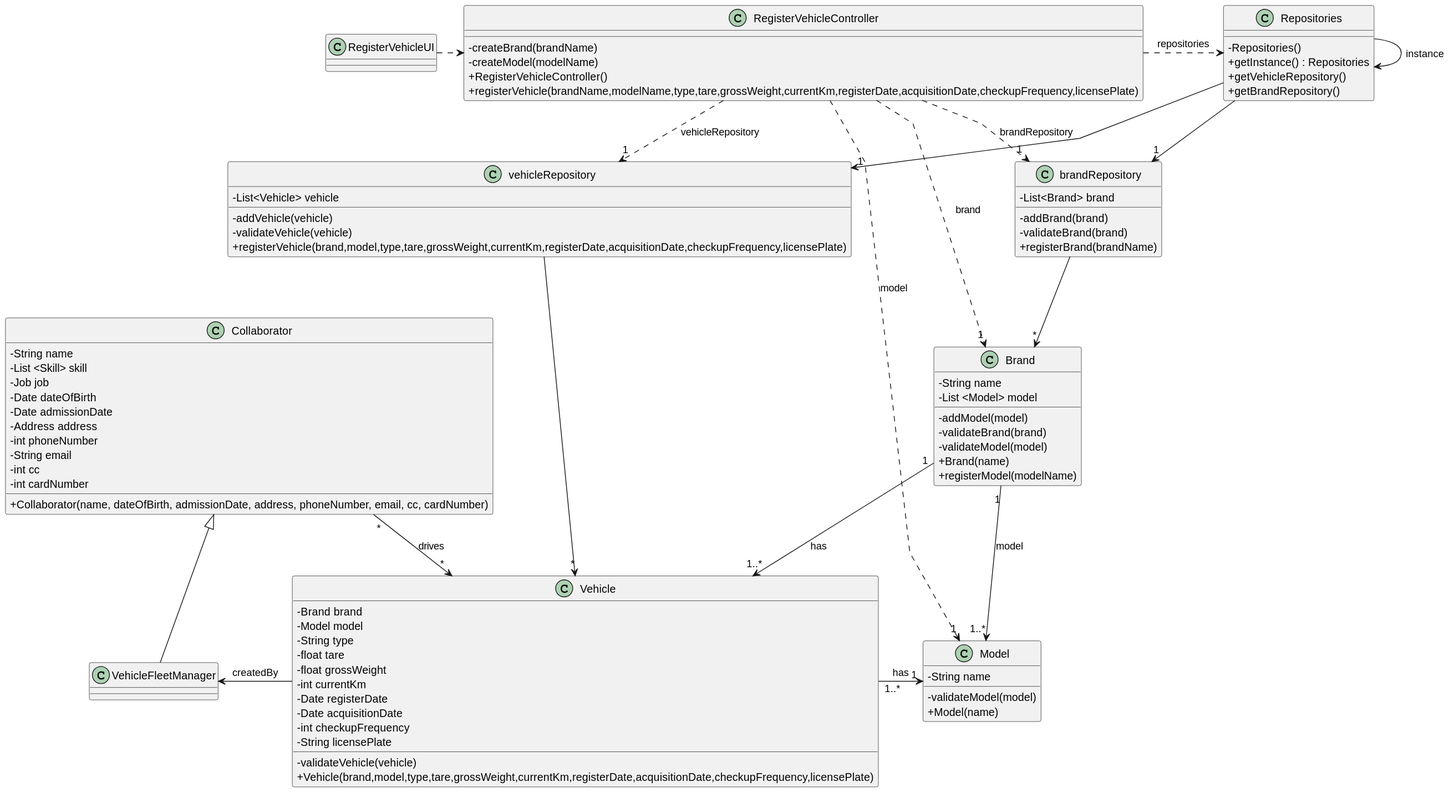
The PlantUML diagram docs/sprint2/us06/03.design/svg/us06-class-diagram.svg in Departamento-de-Engenharia-Informatica/lei-24-s2-1db-g022, before a commit.
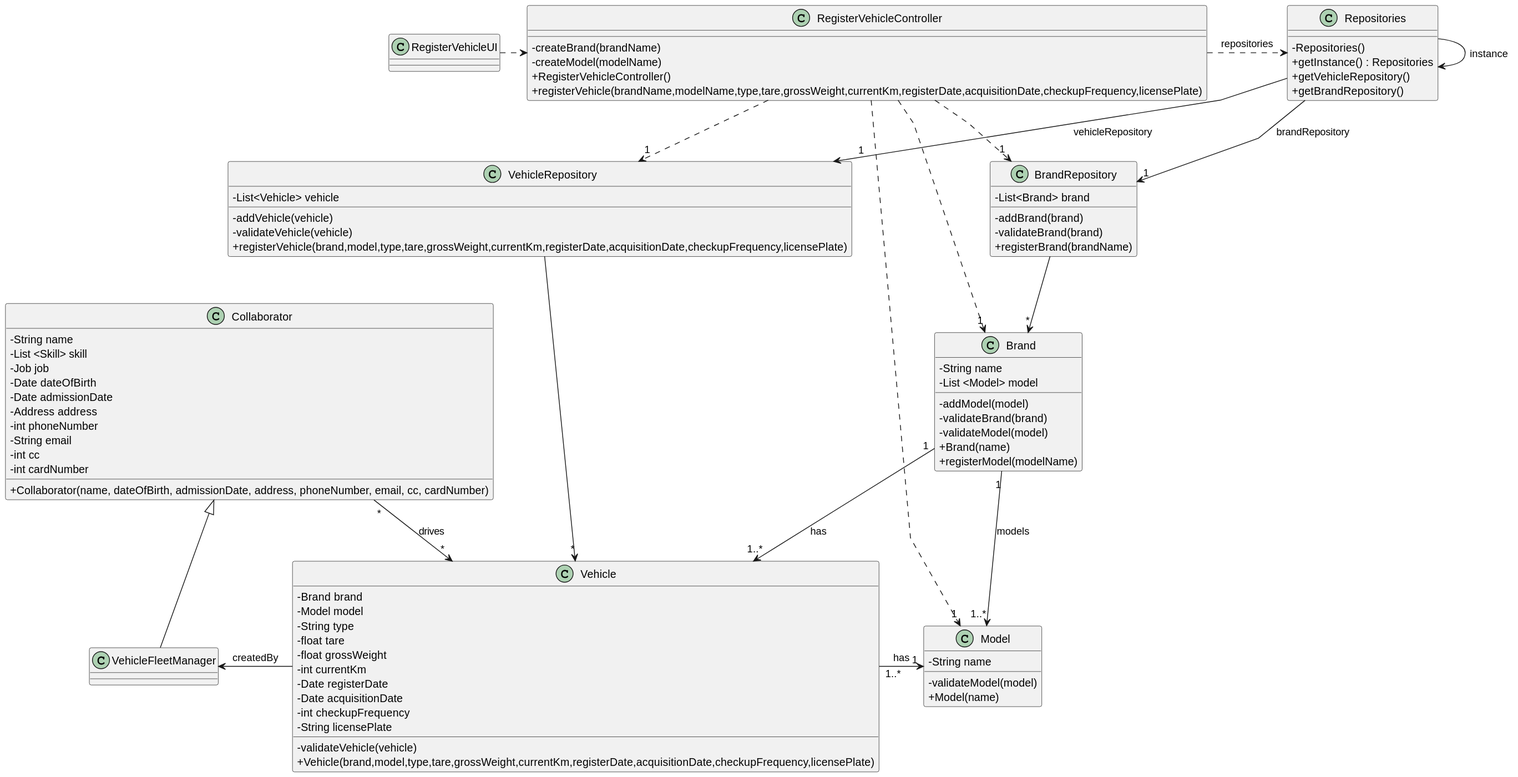
Above is the later version.

Diff of the diagram source:
```diff
@@ -77,7 +77,7 @@
     +getBrandRepository()
 }
 
-class vehicleRepository {
+class VehicleRepository {
     -List<Vehicle> vehicle
 
     -addVehicle(vehicle)
@@ -85,7 +85,7 @@
     +registerVehicle(brand,model,type,tare,grossWeight,currentKm,registerDate,acquisitionDate,checkupFrequency,licensePlate)
 }
 
-class brandRepository {
+class BrandRepository {
     -List<Brand> brand
 
     -addBrand(brand)
@@ -94,27 +94,27 @@
 }
 
 RegisterVehicleController .> Repositories : repositories
-RegisterVehicleController .> "1" vehicleRepository : vehicleRepository
-RegisterVehicleController .> "1" brandRepository : brandRepository
-RegisterVehicleController ..> "1" Brand : brand
-RegisterVehicleController ..> "1" Model : model
+RegisterVehicleController .> "1" VehicleRepository
+RegisterVehicleController .> "1" BrandRepository
+RegisterVehicleController ..> "1" Brand
+RegisterVehicleController ..> "1" Model
 
 RegisterVehicleUI .> RegisterVehicleController
 
 Repositories -> Repositories : instance
-Repositories --> "1" vehicleRepository
-Repositories --> "1" brandRepository
+Repositories --> "1" VehicleRepository : vehicleRepository
+Repositories --> "1" BrandRepository : brandRepository
 
-vehicleRepository ---> "*" Vehicle
+VehicleRepository ---> "*" Vehicle
 
-brandRepository --> "*" Brand
+BrandRepository --> "*" Brand
 
 Collaborator  <|--  VehicleFleetManager
 Collaborator "*" -> "*" Vehicle : drives
 
 VehicleFleetManager <-  Vehicle: createdBy
 
-Brand "1" --> "1..*" Model : model
+Brand "1" --> "1..*" Model : models
 Brand "1" --> "1..*" Vehicle : has
 
 Vehicle "1..*" -> "1" Model : has
```
